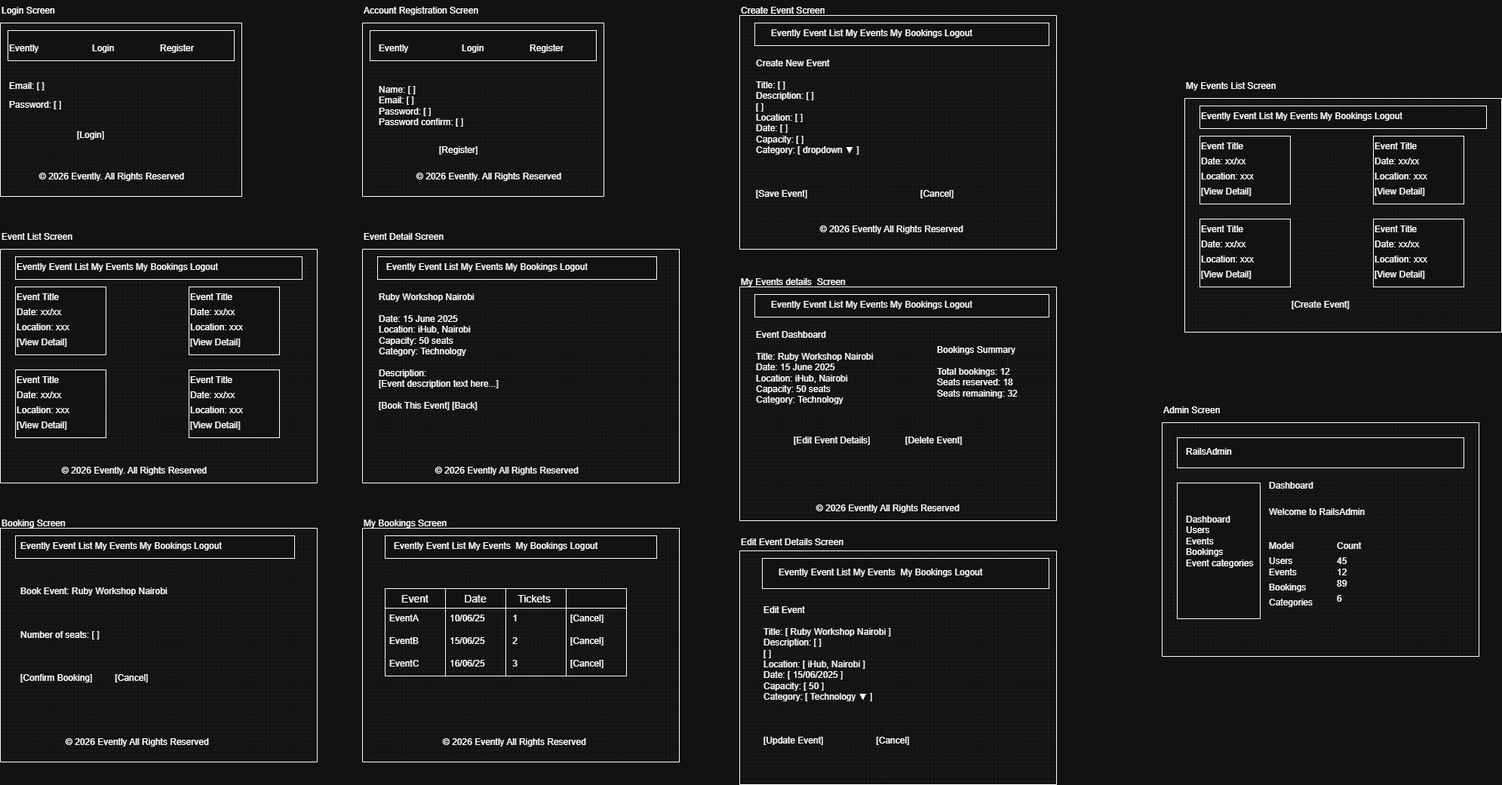
Above: wireframes.png in Owens345/Requirement-definition (draw.io), before the change. Source tidied: cells renumbered, new cells last; positions are measured from the earlier drawing's top-left corner, leaving out a move shared by most shapes.
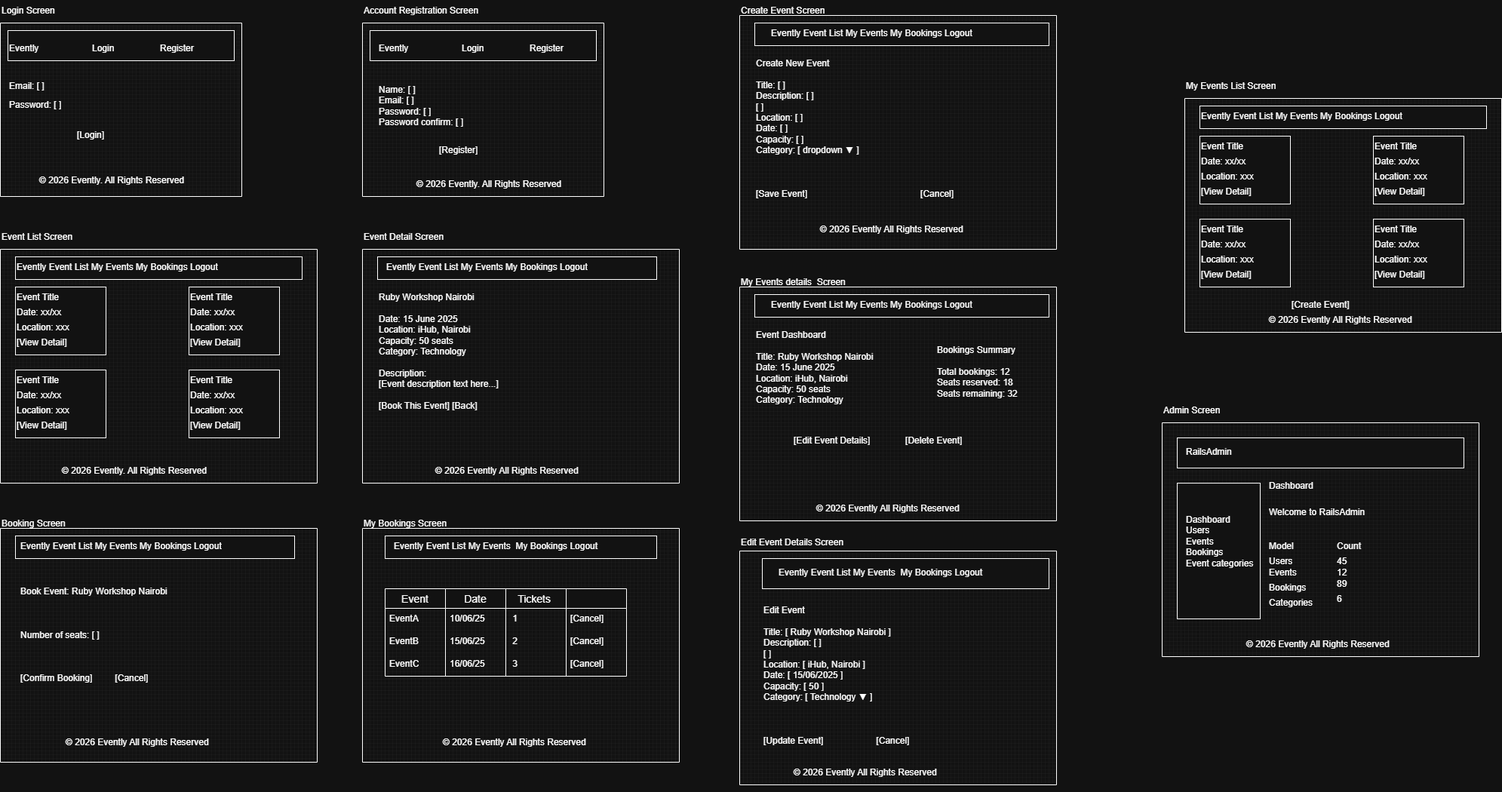
The same file after the commit.

Commit message:
Fix catalog design sheet

Change to the diagram source:
```diff
@@ -30,7 +30,7 @@
       <mxGeometry x="100" y="165" width="70" height="40" as="geometry" />
     </mxCell>
     <mxCell id="11" value="© 2026 Evently. All Rights Reserved" style="text;whiteSpace=wrap;html=1;" parent="1" vertex="1">
-      <mxGeometry x="50" y="220" width="220" height="40" as="geometry" />
+      <mxGeometry x="50" y="225" width="220" height="40" as="geometry" />
     </mxCell>
     <mxCell id="12" style="verticalLabelPosition=bottom;verticalAlign=top;html=1;shape=mxgraph.basic.patternFillRect;fillStyle=grid;step=5;fillStrokeWidth=0.2;fillStrokeColor=#dddddd;" parent="1" vertex="1">
       <mxGeometry x="480" y="30" width="320" height="230" as="geometry" />
@@ -57,7 +57,7 @@
       <mxGeometry x="580" y="185" width="80" height="40" as="geometry" />
     </mxCell>
     <mxCell id="20" value="© 2026 Evently. All Rights Reserved" style="text;whiteSpace=wrap;html=1;" parent="1" vertex="1">
-      <mxGeometry x="550" y="220" width="220" height="40" as="geometry" />
+      <mxGeometry x="550" y="230" width="220" height="40" as="geometry" />
     </mxCell>
     <mxCell id="21" value="Event List Screen" style="text;whiteSpace=wrap;html=1;" parent="1" vertex="1">
       <mxGeometry y="300" width="130" height="40" as="geometry" />
@@ -419,5 +419,14 @@
     <mxCell id="140" value="6" style="text;whiteSpace=wrap;html=1;" parent="1" vertex="1">
       <mxGeometry x="1770" y="780" width="40" height="10" as="geometry" />
     </mxCell>
+    <mxCell id="141" value="© 2026 Evently All Rights Reserved" style="text;whiteSpace=wrap;html=1;" parent="1" vertex="1">
+      <mxGeometry x="1680" y="410" width="220" height="40" as="geometry" />
+    </mxCell>
+    <mxCell id="142" value="© 2026 Evently All Rights Reserved" style="text;whiteSpace=wrap;html=1;" parent="1" vertex="1">
+      <mxGeometry x="1650" y="840" width="220" height="40" as="geometry" />
+    </mxCell>
+    <mxCell id="143" value="© 2026 Evently All Rights Reserved" style="text;whiteSpace=wrap;html=1;" parent="1" vertex="1">
+      <mxGeometry x="1050" y="1010" width="220" height="40" as="geometry" />
+    </mxCell>
   </root>
 </mxGraphModel>
```
